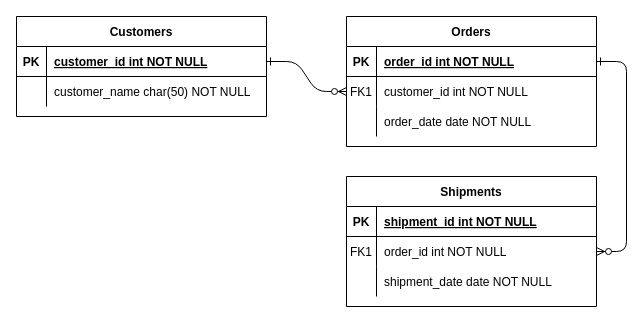
The draw.io diagram Untitled Diagram.drawio in nithishnani-277/DBMS_LAB, before the edit. Source tidied: cells renumbered, new cells numbered last; positions are measured from the earlier drawing's top-left corner, leaving out a move shared by most shapes. Both pictures are drawn from the tidied source at 100%, with x=0, y=0 at pixel (16, 16).
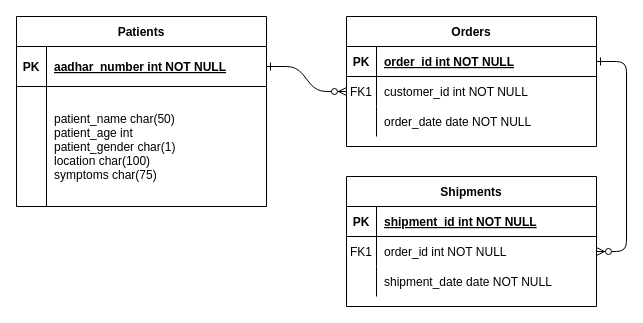
The same page after the edit.

Change to the diagram source:
```diff
@@
-    <mxCell id="24" value="Customers" style="shape=table;startSize=30;childLayout=tableLayout;rowLines=0;fontStyle=1;align=center;" parent="1" vertex="1">
-      <mxGeometry width="250" height="100" as="geometry" />
+    <mxCell id="24" value="Patients" style="shape=table;startSize=30;childLayout=tableLayout;rowLines=0;fontStyle=1;align=center;" parent="1" vertex="1">
+      <mxGeometry width="250" height="190" as="geometry" />
     </mxCell>
     <mxCell id="25" style="shape=partialRectangle;fillColor=none;points=[[0,0.5],[1,0.5]];portConstraint=eastwest;top=0;left=0;right=0;bottom=1;" parent="24" vertex="1">
-      <mxGeometry y="30" width="250" height="30" as="geometry" />
+      <mxGeometry y="30" width="250" height="40" as="geometry" />
     </mxCell>
     <mxCell id="26" value="PK" style="shape=partialRectangle;overflow=hidden;fillColor=none;top=0;left=0;bottom=0;right=0;fontStyle=1;" parent="25" vertex="1">
-      <mxGeometry width="30" height="30" as="geometry" />
+      <mxGeometry width="30" height="40" as="geometry" />
     </mxCell>
-    <mxCell id="27" value="customer_id int NOT NULL " style="shape=partialRectangle;overflow=hidden;fillColor=none;top=0;left=0;bottom=0;right=0;align=left;spacingLeft=6;fontStyle=5;" parent="25" vertex="1">
-      <mxGeometry x="30" width="220" height="30" as="geometry" />
+    <mxCell id="27" value="aadhar_number int NOT NULL " style="shape=partialRectangle;overflow=hidden;fillColor=none;top=0;left=0;bottom=0;right=0;align=left;spacingLeft=6;fontStyle=5;" parent="25" vertex="1">
+      <mxGeometry x="30" width="220" height="40" as="geometry" />
     </mxCell>
     <mxCell id="28" style="shape=partialRectangle;fillColor=none;top=0;left=0;right=0;bottom=0;" parent="24" vertex="1">
-      <mxGeometry y="60" width="250" height="30" as="geometry" />
+      <mxGeometry y="70" width="250" height="120" as="geometry" />
     </mxCell>
     <mxCell id="29" style="shape=partialRectangle;overflow=hidden;fillColor=none;top=0;left=0;bottom=0;right=0;" parent="28" vertex="1">
-      <mxGeometry width="30" height="30" as="geometry" />
+      <mxGeometry width="30" height="120" as="geometry" />
     </mxCell>
-    <mxCell id="30" value="customer_name char(50) NOT NULL" style="shape=partialRectangle;overflow=hidden;fillColor=none;top=0;left=0;bottom=0;right=0;align=left;spacingLeft=6;" parent="28" vertex="1">
-      <mxGeometry x="30" width="220" height="30" as="geometry" />
+    <mxCell id="30" value="patient_name char(50)&#10;patient_age int&#10;patient_gender char(1)&#10;location char(100)&#10;symptoms char(75)" style="shape=partialRectangle;overflow=hidden;fillColor=none;top=0;left=0;bottom=0;right=0;align=left;spacingLeft=6;" parent="28" vertex="1">
+      <mxGeometry x="30" width="220" height="120" as="geometry" />
     </mxCell>
```
